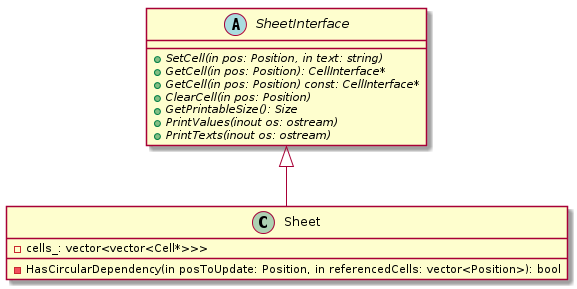
Above: uml/png/sheet.png in kazarynau/YandexPraktikumFinal (PlantUML), before the change.
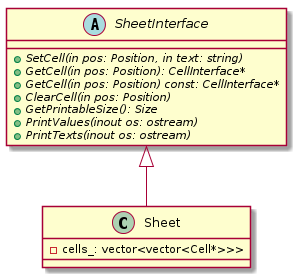
After the change.

Commit message:
Move HasCircularDependency() to cell

The edit, as a diff of the source:
```diff
@@ -12,7 +12,6 @@
 
 class Sheet {
     -cells_: vector<vector<Cell*>>>
-    -HasCircularDependency(in posToUpdate: Position, in referencedCells: vector<Position>): bool
 }
 
 class Sheet extends SheetInterface
```
